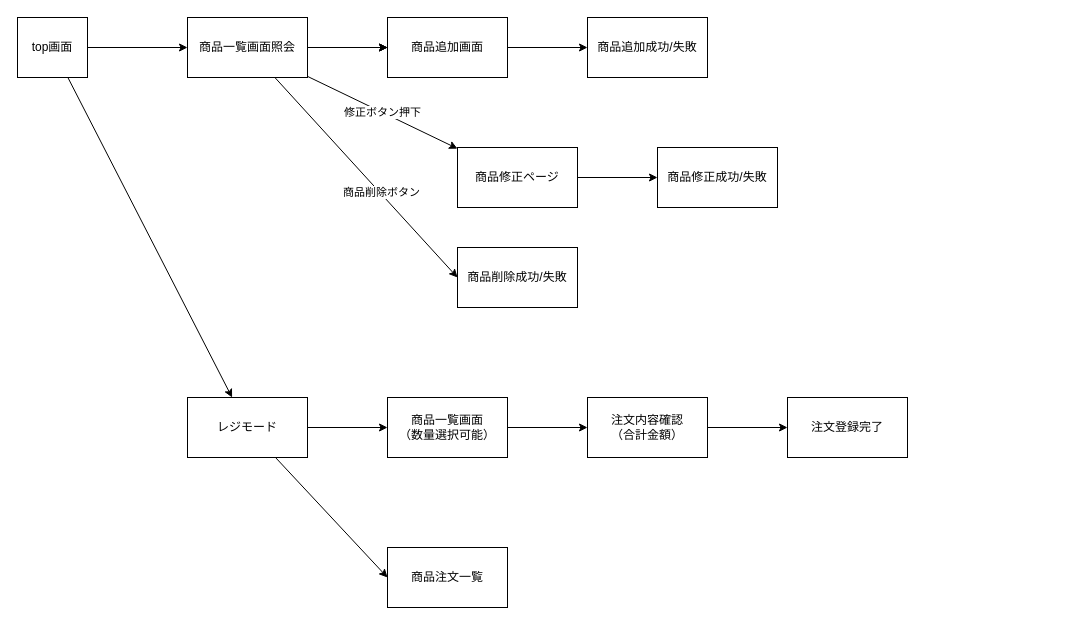
Earlier version of the draw.io diagram enzcoffee1stapp/content.dio (shun-tech/enzcoffee1stapp). Source tidied: cells renumbered, new cells numbered last; positions are measured from the earlier drawing's top-left corner, leaving out a move shared by most shapes. Both pictures are drawn from the tidied source at 100%, with x=0, y=0 at pixel (17, 17).
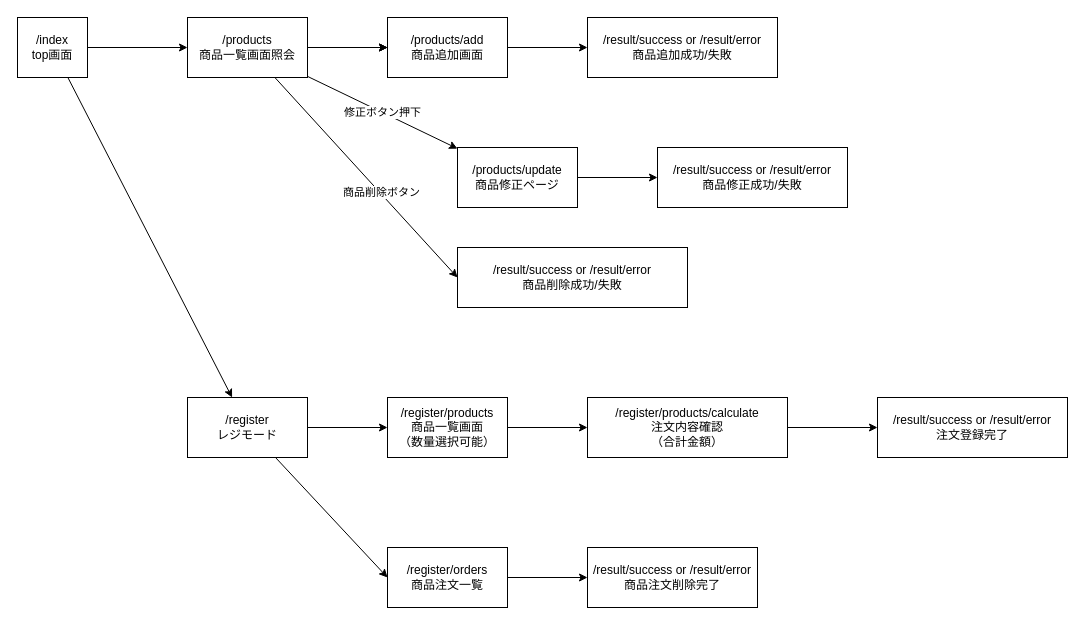
The same page after the edit.

What changed in the source:
```diff
@@
-    <mxCell id="4" value="top画面" style="rounded=0;whiteSpace=wrap;html=1;" parent="1" vertex="1">
+    <mxCell id="4" value="/index&lt;br&gt;top画面" style="rounded=0;whiteSpace=wrap;html=1;" parent="1" vertex="1">
       <mxGeometry width="70" height="60" as="geometry" />
     </mxCell>
@@
-    <mxCell id="11" value="商品一覧画面照会" style="rounded=0;whiteSpace=wrap;html=1;" parent="1" vertex="1">
+    <mxCell id="11" value="/products&lt;br&gt;商品一覧画面照会" style="rounded=0;whiteSpace=wrap;html=1;" parent="1" vertex="1">
       <mxGeometry x="170" width="120" height="60" as="geometry" />
     </mxCell>
@@
-    <mxCell id="13" value="商品追加画面" style="whiteSpace=wrap;html=1;rounded=0;" parent="1" vertex="1">
+    <mxCell id="13" value="/products/add&lt;br&gt;商品追加画面" style="whiteSpace=wrap;html=1;rounded=0;" parent="1" vertex="1">
       <mxGeometry x="370" width="120" height="60" as="geometry" />
     </mxCell>
-    <mxCell id="14" value="商品追加成功/失敗" style="whiteSpace=wrap;html=1;rounded=0;" parent="1" vertex="1">
-      <mxGeometry x="570" width="120" height="60" as="geometry" />
+    <mxCell id="14" value="/result/success or /result/error&lt;br&gt;商品追加成功/失敗" style="whiteSpace=wrap;html=1;rounded=0;" parent="1" vertex="1">
+      <mxGeometry x="570" width="190" height="60" as="geometry" />
     </mxCell>
@@
-    <mxCell id="16" value="商品修正ページ" style="whiteSpace=wrap;html=1;rounded=0;" parent="1" vertex="1">
+    <mxCell id="16" value="/products/update&lt;br&gt;商品修正ページ" style="whiteSpace=wrap;html=1;rounded=0;" parent="1" vertex="1">
       <mxGeometry x="440" y="130" width="120" height="60" as="geometry" />
     </mxCell>
-    <mxCell id="17" value="商品修正成功/失敗" style="whiteSpace=wrap;html=1;rounded=0;" parent="1" vertex="1">
-      <mxGeometry x="640" y="130" width="120" height="60" as="geometry" />
+    <mxCell id="17" value="/result/success or /result/error&lt;br&gt;商品修正成功/失敗" style="whiteSpace=wrap;html=1;rounded=0;" parent="1" vertex="1">
+      <mxGeometry x="640" y="130" width="190" height="60" as="geometry" />
     </mxCell>
-    <mxCell id="18" value="商品削除成功/失敗" style="rounded=0;whiteSpace=wrap;html=1;" parent="1" vertex="1">
-      <mxGeometry x="440" y="230" width="120" height="60" as="geometry" />
+    <mxCell id="18" value="/result/success or /result/error&lt;br&gt;商品削除成功/失敗" style="rounded=0;whiteSpace=wrap;html=1;" parent="1" vertex="1">
+      <mxGeometry x="440" y="230" width="230" height="60" as="geometry" />
     </mxCell>
@@
-    <mxCell id="21" value="レジモード" style="whiteSpace=wrap;html=1;rounded=0;" parent="1" vertex="1">
+    <mxCell id="21" value="/register&lt;br&gt;レジモード" style="whiteSpace=wrap;html=1;rounded=0;" parent="1" vertex="1">
       <mxGeometry x="170" y="380" width="120" height="60" as="geometry" />
     </mxCell>
@@
-    <mxCell id="23" value="商品一覧画面&lt;br&gt;（数量選択可能）" style="whiteSpace=wrap;html=1;rounded=0;" parent="1" vertex="1">
+    <mxCell id="23" value="/register/products&lt;br&gt;商品一覧画面&lt;br&gt;（数量選択可能）" style="whiteSpace=wrap;html=1;rounded=0;" parent="1" vertex="1">
       <mxGeometry x="370" y="380" width="120" height="60" as="geometry" />
     </mxCell>
@@
-    <mxCell id="25" value="注文内容確認&lt;br&gt;（合計金額）" style="whiteSpace=wrap;html=1;rounded=0;" parent="1" vertex="1">
-      <mxGeometry x="570" y="380" width="120" height="60" as="geometry" />
+    <mxCell id="25" value="/register/products/calculate&lt;br&gt;注文内容確認&lt;br&gt;（合計金額）" style="whiteSpace=wrap;html=1;rounded=0;" parent="1" vertex="1">
+      <mxGeometry x="570" y="380" width="200" height="60" as="geometry" />
     </mxCell>
-    <mxCell id="26" value="注文登録完了" style="whiteSpace=wrap;html=1;rounded=0;" parent="1" vertex="1">
-      <mxGeometry x="770" y="380" width="120" height="60" as="geometry" />
+    <mxCell id="26" value="/result/success or /result/error&lt;br&gt;注文登録完了" style="whiteSpace=wrap;html=1;rounded=0;" parent="1" vertex="1">
+      <mxGeometry x="860" y="380" width="190" height="60" as="geometry" />
     </mxCell>
+    <mxCell id="28" style="edgeStyle=none;html=1;" parent="1" edge="1" source="27" target="29">
+      <mxGeometry relative="1" as="geometry" />
+    </mxCell>
-    <mxCell id="27" value="商品注文一覧" style="whiteSpace=wrap;html=1;rounded=0;" parent="1" vertex="1">
+    <mxCell id="27" value="/register/orders&lt;br&gt;商品注文一覧" style="whiteSpace=wrap;html=1;rounded=0;" parent="1" vertex="1">
       <mxGeometry x="370" y="530" width="120" height="60" as="geometry" />
     </mxCell>
+    <mxCell id="29" value="/result/success or /result/error商品注文削除完了" style="whiteSpace=wrap;html=1;rounded=0;" parent="1" vertex="1">
+      <mxGeometry x="570" y="530" width="170" height="60" as="geometry" />
+    </mxCell>
```
